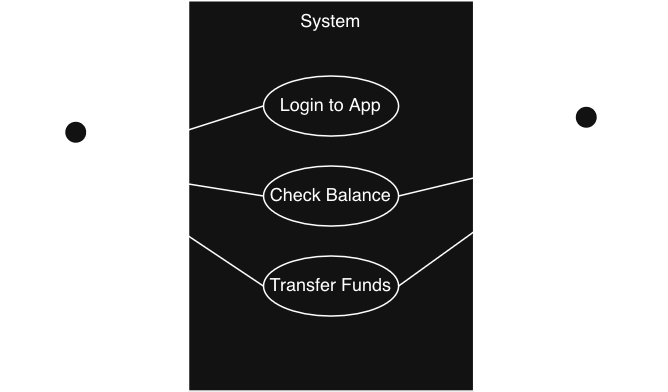
Earlier version of the draw.io export CS3667/imgs/use-case-1.png (haietza/lecture-slides). Source tidied: cells renumbered, new cells last; positions are measured from the earlier drawing's top-left corner, leaving out a move shared by most shapes.
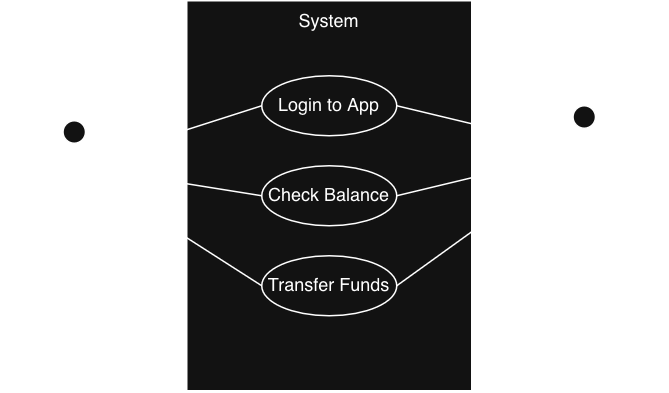
Later version of the same file.

Commit message:
Use case content

Change to the diagram source:
```diff
@@ -1,7 +1,7 @@
 <mxGraphModel>
   <root>
     <mxCell id="0" />
-    <mxCell id="1" parent="0" />
+    <mxCell id="1" value="Use Case" parent="0" />
     <mxCell id="2" value="Bank" style="shape=umlActor;verticalLabelPosition=bottom;verticalAlign=top;html=1;" parent="1" vertex="1">
       <mxGeometry x="375" y="70" width="30" height="60" as="geometry" />
     </mxCell>
@@ -26,10 +26,8 @@
     <mxCell id="9" style="endArrow=none;html=1;rounded=0;exitX=0.5;exitY=0.5;exitDx=0;exitDy=0;exitPerimeter=0;entryX=0;entryY=0.5;entryDx=0;entryDy=0;" parent="1" edge="1" source="3" target="6">
       <mxGeometry relative="1" as="geometry" />
     </mxCell>
-    <mxCell id="10" style="endArrow=none;html=1;rounded=0;entryX=0;entryY=0.5;entryDx=0;entryDy=0;" parent="1" edge="1" target="7">
-      <mxGeometry relative="1" as="geometry">
-        <mxPoint x="55" y="110" as="sourcePoint" />
-      </mxGeometry>
+    <mxCell id="10" style="endArrow=none;html=1;rounded=0;entryX=0;entryY=0.5;entryDx=0;entryDy=0;exitX=0.5;exitY=0.5;exitDx=0;exitDy=0;exitPerimeter=0;" parent="1" edge="1" source="3" target="7">
+      <mxGeometry relative="1" as="geometry" />
     </mxCell>
     <mxCell id="11" style="endArrow=none;html=1;rounded=0;exitX=1;exitY=0.5;exitDx=0;exitDy=0;entryX=0.5;entryY=0.5;entryDx=0;entryDy=0;entryPerimeter=0;" parent="1" edge="1" source="6" target="2">
       <mxGeometry relative="1" as="geometry" />
@@ -43,5 +41,11 @@
     <mxCell id="14" value="Secondary Actor" style="text;html=1;whiteSpace=wrap;strokeColor=none;fillColor=none;align=center;verticalAlign=middle;rounded=0;" parent="1" vertex="1">
       <mxGeometry x="335" y="30" width="110" height="30" as="geometry" />
     </mxCell>
+    <mxCell id="15" style="endArrow=none;html=1;rounded=0;exitX=1;exitY=0.5;exitDx=0;exitDy=0;" parent="1" edge="1">
+      <mxGeometry relative="1" as="geometry">
+        <mxPoint x="265" y="70" as="sourcePoint" />
+        <mxPoint x="390" y="100" as="targetPoint" />
+      </mxGeometry>
+    </mxCell>
   </root>
 </mxGraphModel>
```
